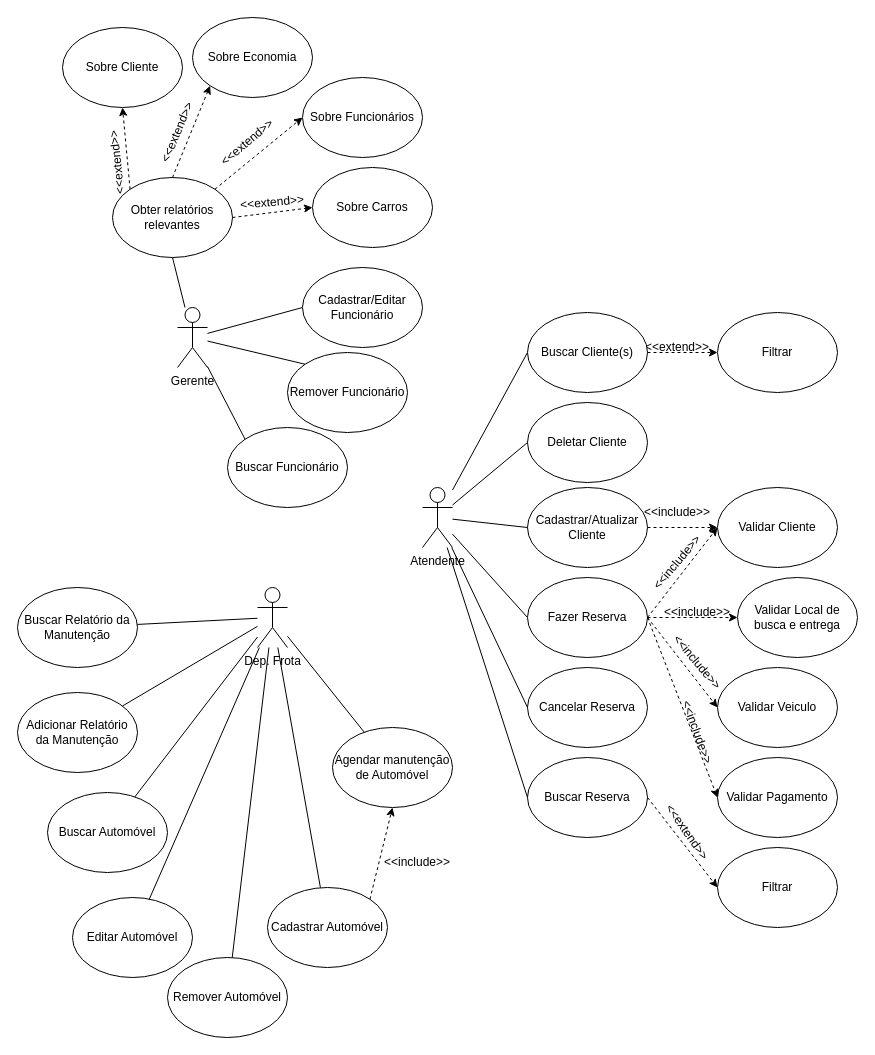
The draw.io diagram page "Caso de Uso" (1 of 5) of Aluguel de carro.drawio in Anebe/AluguelCarro, before the edit. Source tidied: cells renumbered, new cells numbered last; positions are measured from the earlier drawing's top-left corner, leaving out a move shared by most shapes. Both pictures are drawn from the tidied source at 100%, with x=0, y=0 at pixel (17, 17).
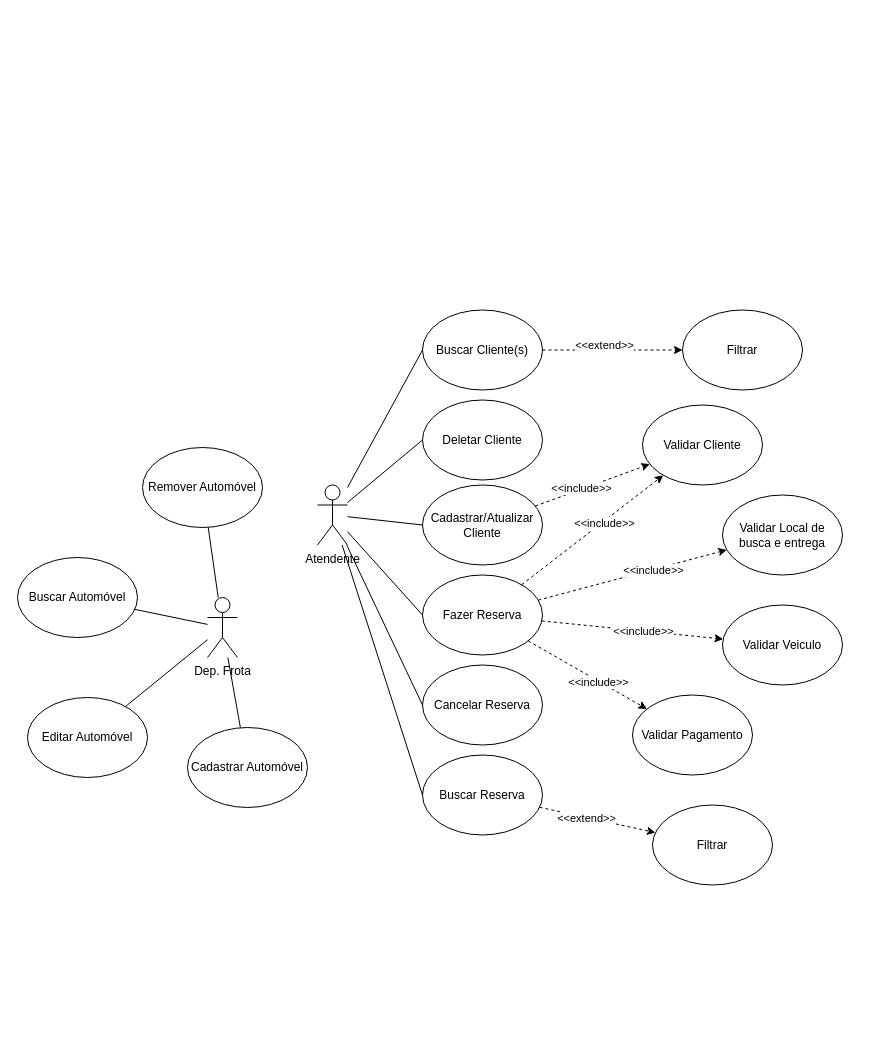
Above is the later version.

What changed in the source:
```diff
@@
     <mxCell id="4" value="Atendente" style="shape=umlActor;verticalLabelPosition=bottom;verticalAlign=top;html=1;outlineConnect=0;" parent="1" vertex="1">
-      <mxGeometry x="405" y="470" width="30" height="60" as="geometry" />
+      <mxGeometry x="300" y="467.5" width="30" height="60" as="geometry" />
     </mxCell>
-    <mxCell id="5" style="rounded=0;jettySize=auto;html=1;entryX=0;entryY=0.5;entryDx=0;entryDy=0;endArrow=none;endFill=0;" parent="1" edge="1" source="6" target="10">
-      <mxGeometry relative="1" as="geometry" />
-    </mxCell>
-    <mxCell id="6" value="Gerente " style="shape=umlActor;verticalLabelPosition=bottom;verticalAlign=top;html=1;outlineConnect=0;" parent="1" vertex="1">
-      <mxGeometry x="160" y="290" width="30" height="60" as="geometry" />
-    </mxCell>
@@
-    <mxCell id="8" style="rounded=0;jettySize=auto;html=1;endArrow=none;endFill=0;" parent="1" edge="1" source="9" target="12">
-      <mxGeometry relative="1" as="geometry" />
-    </mxCell>
     <mxCell id="9" value="Dep. Frota" style="shape=umlActor;verticalLabelPosition=bottom;verticalAlign=top;html=1;outlineConnect=0;" parent="1" vertex="1">
-      <mxGeometry x="240" y="570" width="30" height="60" as="geometry" />
+      <mxGeometry x="190" y="580" width="30" height="60" as="geometry" />
     </mxCell>
-    <mxCell id="10" value="Cadastrar/Editar Funcionário" style="ellipse;whiteSpace=wrap;html=1;" parent="1" vertex="1">
-      <mxGeometry x="285" y="250" width="120" height="80" as="geometry" />
-    </mxCell>
-    <mxCell id="11" value="Adicionar Relatório da Manutenção" style="ellipse;whiteSpace=wrap;html=1;" parent="1" vertex="1">
-      <mxGeometry y="675" width="120" height="80" as="geometry" />
-    </mxCell>
-    <mxCell id="12" value="Agendar manutenção de Automóvel" style="ellipse;whiteSpace=wrap;html=1;" parent="1" vertex="1">
-      <mxGeometry x="315" y="710" width="120" height="80" as="geometry" />
-    </mxCell>
-    <mxCell id="13" value="Obter relatórios relevantes" style="ellipse;whiteSpace=wrap;html=1;" parent="1" vertex="1">
-      <mxGeometry x="95" y="160" width="120" height="80" as="geometry" />
-    </mxCell>
-    <mxCell id="14" style="rounded=0;jettySize=auto;html=1;entryX=0.5;entryY=1;entryDx=0;entryDy=0;endArrow=none;endFill=0;" parent="1" edge="1" source="6" target="13">
-      <mxGeometry relative="1" as="geometry" />
-    </mxCell>
     <mxCell id="15" value="Cadastrar/Atualizar Cliente" style="ellipse;whiteSpace=wrap;html=1;" parent="1" vertex="1">
-      <mxGeometry x="510" y="470" width="120" height="80" as="geometry" />
+      <mxGeometry x="405" y="467.5" width="120" height="80" as="geometry" />
     </mxCell>
-    <mxCell id="16" value="&amp;lt;&amp;lt;extend&amp;gt;&amp;gt;" style="text;strokeColor=none;align=center;fillColor=none;html=1;verticalAlign=middle;whiteSpace=wrap;rounded=0;" parent="1" vertex="1">
-      <mxGeometry x="630" y="315" width="60" height="30" as="geometry" />
-    </mxCell>
-    <mxCell id="17" style="rounded=0;jettySize=auto;html=1;exitX=1;exitY=0.5;exitDx=0;exitDy=0;entryX=0;entryY=0.5;entryDx=0;entryDy=0;dashed=1;" parent="1" edge="1" source="15" target="26">
+    <mxCell id="17" style="rounded=0;jettySize=auto;html=1;dashed=1;" parent="1" edge="1" source="15" target="26">
       <mxGeometry relative="1" as="geometry" />
     </mxCell>
-    <mxCell id="18" value="&amp;lt;&amp;lt;include&amp;gt;&amp;gt;" style="text;strokeColor=none;align=center;fillColor=none;html=1;verticalAlign=middle;whiteSpace=wrap;rounded=0;rotation=0;" parent="1" vertex="1">
-      <mxGeometry x="630" y="480" width="60" height="30" as="geometry" />
-    </mxCell>
+    <mxCell id="73" value="&amp;lt;&amp;lt;include&amp;gt;&amp;gt;" style="edgeLabel;html=1;align=center;verticalAlign=middle;fontSize=11;fontFamily=Helvetica;fontColor=default;" parent="17" vertex="1">
+      <mxGeometry x="-0.19" y="1" relative="1" as="geometry" />
+    </mxCell>
     <mxCell id="19" value="Buscar Cliente(s)" style="ellipse;whiteSpace=wrap;html=1;" parent="1" vertex="1">
-      <mxGeometry x="510" y="295" width="120" height="80" as="geometry" />
+      <mxGeometry x="405" y="292.5" width="120" height="80" as="geometry" />
     </mxCell>
     <mxCell id="20" value="Filtrar" style="ellipse;whiteSpace=wrap;html=1;" parent="1" vertex="1">
-      <mxGeometry x="700" y="295" width="120" height="80" as="geometry" />
+      <mxGeometry x="665" y="292.5" width="120" height="80" as="geometry" />
     </mxCell>
-    <mxCell id="21" style="rounded=0;jettySize=auto;html=1;exitX=1;exitY=0.5;exitDx=0;exitDy=0;entryX=0;entryY=0.5;entryDx=0;entryDy=0;dashed=1;" parent="1" edge="1" source="19" target="20">
+    <mxCell id="21" style="rounded=0;jettySize=auto;html=1;dashed=1;" parent="1" edge="1" source="19" target="20">
       <mxGeometry relative="1" as="geometry" />
     </mxCell>
+    <mxCell id="74" value="&amp;lt;&amp;lt;extend&amp;gt;&amp;gt;" style="edgeLabel;html=1;align=center;verticalAlign=middle;fontSize=11;fontFamily=Helvetica;fontColor=default;" parent="21" vertex="1">
+      <mxGeometry x="0.08" y="1" relative="1" as="geometry">
+        <mxPoint x="-15" y="-4" as="offset" />
+      </mxGeometry>
+    </mxCell>
     <mxCell id="22" value="Deletar Cliente" style="ellipse;whiteSpace=wrap;html=1;" parent="1" vertex="1">
-      <mxGeometry x="510" y="385" width="120" height="80" as="geometry" />
+      <mxGeometry x="405" y="382.5" width="120" height="80" as="geometry" />
     </mxCell>
     <mxCell id="23" value="Fazer Reserva" style="ellipse;whiteSpace=wrap;html=1;" parent="1" vertex="1">
-      <mxGeometry x="510" y="560" width="120" height="80" as="geometry" />
+      <mxGeometry x="405" y="557.5" width="120" height="80" as="geometry" />
     </mxCell>
     <mxCell id="24" value="Cancelar Reserva" style="ellipse;whiteSpace=wrap;html=1;" parent="1" vertex="1">
-      <mxGeometry x="510" y="650" width="120" height="80" as="geometry" />
+      <mxGeometry x="405" y="647.5" width="120" height="80" as="geometry" />
     </mxCell>
     <mxCell id="25" value="Buscar Reserva" style="ellipse;whiteSpace=wrap;html=1;" parent="1" vertex="1">
-      <mxGeometry x="510" y="740" width="120" height="80" as="geometry" />
+      <mxGeometry x="405" y="737.5" width="120" height="80" as="geometry" />
     </mxCell>
     <mxCell id="26" value="Validar Cliente" style="ellipse;whiteSpace=wrap;html=1;" parent="1" vertex="1">
-      <mxGeometry x="700" y="470" width="120" height="80" as="geometry" />
+      <mxGeometry x="625" y="387.5" width="120" height="80" as="geometry" />
     </mxCell>
     <mxCell id="27" value="Validar Local de busca e entrega" style="ellipse;whiteSpace=wrap;html=1;" parent="1" vertex="1">
-      <mxGeometry x="720" y="560" width="120" height="80" as="geometry" />
+      <mxGeometry x="705" y="477.5" width="120" height="80" as="geometry" />
     </mxCell>
     <mxCell id="28" value="Validar Veiculo" style="ellipse;whiteSpace=wrap;html=1;" parent="1" vertex="1">
-      <mxGeometry x="700" y="650" width="120" height="80" as="geometry" />
+      <mxGeometry x="705" y="587.5" width="120" height="80" as="geometry" />
     </mxCell>
     <mxCell id="29" value="Validar Pagamento" style="ellipse;whiteSpace=wrap;html=1;" parent="1" vertex="1">
-      <mxGeometry x="700" y="740" width="120" height="80" as="geometry" />
+      <mxGeometry x="615" y="677.5" width="120" height="80" as="geometry" />
     </mxCell>
-    <mxCell id="30" style="rounded=0;jettySize=auto;html=1;exitX=1;exitY=0.5;exitDx=0;exitDy=0;entryX=0;entryY=0.5;entryDx=0;entryDy=0;dashed=1;" parent="1" edge="1" source="23" target="26">
+    <mxCell id="30" style="rounded=0;jettySize=auto;html=1;dashed=1;" parent="1" edge="1" source="23" target="26">
       <mxGeometry relative="1" as="geometry" />
     </mxCell>
+    <mxCell id="75" value="&amp;lt;&amp;lt;include&amp;gt;&amp;gt;" style="edgeLabel;html=1;align=center;verticalAlign=middle;fontSize=11;fontFamily=Helvetica;fontColor=default;" parent="30" vertex="1">
+      <mxGeometry x="0.15" y="-2" relative="1" as="geometry" />
+    </mxCell>
-    <mxCell id="31" style="rounded=0;jettySize=auto;html=1;exitX=1;exitY=0.5;exitDx=0;exitDy=0;entryX=0;entryY=0.5;entryDx=0;entryDy=0;dashed=1;" parent="1" edge="1" source="23" target="27">
+    <mxCell id="31" style="rounded=0;jettySize=auto;html=1;dashed=1;" parent="1" edge="1" source="23" target="27">
       <mxGeometry relative="1" as="geometry" />
     </mxCell>
+    <mxCell id="76" value="&amp;lt;&amp;lt;include&amp;gt;&amp;gt;" style="edgeLabel;html=1;align=center;verticalAlign=middle;fontSize=11;fontFamily=Helvetica;fontColor=default;" parent="31" vertex="1">
+      <mxGeometry x="0.22" y="-1" relative="1" as="geometry" />
+    </mxCell>
-    <mxCell id="32" style="rounded=0;jettySize=auto;html=1;entryX=0;entryY=0.5;entryDx=0;entryDy=0;dashed=1;exitX=1;exitY=0.5;exitDx=0;exitDy=0;" parent="1" edge="1" source="23" target="28">
+    <mxCell id="32" style="rounded=0;jettySize=auto;html=1;dashed=1;" parent="1" edge="1" source="23" target="28">
       <mxGeometry relative="1" as="geometry" />
     </mxCell>
+    <mxCell id="77" value="&amp;lt;&amp;lt;include&amp;gt;&amp;gt;" style="edgeLabel;html=1;align=center;verticalAlign=middle;fontSize=11;fontFamily=Helvetica;fontColor=default;" parent="32" vertex="1">
+      <mxGeometry x="0.12" relative="1" as="geometry" />
+    </mxCell>
-    <mxCell id="33" style="rounded=0;jettySize=auto;html=1;exitX=1;exitY=0.5;exitDx=0;exitDy=0;entryX=0;entryY=0.5;entryDx=0;entryDy=0;dashed=1;" parent="1" edge="1" source="23" target="29">
+    <mxCell id="33" style="rounded=0;jettySize=auto;html=1;dashed=1;" parent="1" edge="1" source="23" target="29">
       <mxGeometry relative="1" as="geometry" />
     </mxCell>
+    <mxCell id="78" value="&amp;lt;&amp;lt;include&amp;gt;&amp;gt;" style="edgeLabel;html=1;align=center;verticalAlign=middle;fontSize=11;fontFamily=Helvetica;fontColor=default;" parent="33" vertex="1">
+      <mxGeometry x="0.18" y="-1" relative="1" as="geometry" />
+    </mxCell>
     <mxCell id="34" value="Filtrar" style="ellipse;whiteSpace=wrap;html=1;" parent="1" vertex="1">
-      <mxGeometry x="700" y="830" width="120" height="80" as="geometry" />
+      <mxGeometry x="635" y="787.5" width="120" height="80" as="geometry" />
     </mxCell>
-    <mxCell id="35" style="rounded=0;jettySize=auto;html=1;exitX=1;exitY=0.5;exitDx=0;exitDy=0;entryX=0;entryY=0.5;entryDx=0;entryDy=0;dashed=1;" parent="1" edge="1" source="25" target="34">
+    <mxCell id="35" style="rounded=0;jettySize=auto;html=1;dashed=1;" parent="1" edge="1" source="25" target="34">
       <mxGeometry relative="1" as="geometry" />
     </mxCell>
+    <mxCell id="79" value="&amp;lt;&amp;lt;extend&amp;gt;&amp;gt;" style="edgeLabel;html=1;align=center;verticalAlign=middle;fontSize=11;fontFamily=Helvetica;fontColor=default;" parent="35" vertex="1">
+      <mxGeometry x="-0.18" relative="1" as="geometry">
+        <mxPoint x="-1" as="offset" />
+      </mxGeometry>
+    </mxCell>
@@
-    <mxCell id="40" value="Sobre Cliente" style="ellipse;whiteSpace=wrap;html=1;" parent="1" vertex="1">
-      <mxGeometry x="45" y="10" width="120" height="80" as="geometry" />
-    </mxCell>
-    <mxCell id="41" value="Sobre Economia" style="ellipse;whiteSpace=wrap;html=1;" parent="1" vertex="1">
-      <mxGeometry x="175" width="120" height="80" as="geometry" />
-    </mxCell>
-    <mxCell id="42" value="Sobre Funcionários" style="ellipse;whiteSpace=wrap;html=1;" parent="1" vertex="1">
-      <mxGeometry x="285" y="60" width="120" height="80" as="geometry" />
-    </mxCell>
-    <mxCell id="43" value="Sobre Carros" style="ellipse;whiteSpace=wrap;html=1;" parent="1" vertex="1">
-      <mxGeometry x="295" y="150" width="120" height="80" as="geometry" />
-    </mxCell>
-    <mxCell id="44" style="rounded=0;jettySize=auto;html=1;exitX=1;exitY=0;exitDx=0;exitDy=0;entryX=0;entryY=0.5;entryDx=0;entryDy=0;dashed=1;" parent="1" edge="1" source="13" target="42">
-      <mxGeometry relative="1" as="geometry" />
-    </mxCell>
-    <mxCell id="45" style="rounded=0;jettySize=auto;html=1;exitX=1;exitY=0.5;exitDx=0;exitDy=0;entryX=0;entryY=0.5;entryDx=0;entryDy=0;dashed=1;" parent="1" edge="1" source="13" target="43">
-      <mxGeometry relative="1" as="geometry" />
-    </mxCell>
-    <mxCell id="46" style="rounded=0;jettySize=auto;html=1;exitX=0;exitY=0;exitDx=0;exitDy=0;entryX=0.5;entryY=1;entryDx=0;entryDy=0;dashed=1;" parent="1" edge="1" source="13" target="40">
-      <mxGeometry relative="1" as="geometry" />
-    </mxCell>
-    <mxCell id="47" style="rounded=0;jettySize=auto;html=1;exitX=0.5;exitY=0;exitDx=0;exitDy=0;entryX=0;entryY=1;entryDx=0;entryDy=0;dashed=1;" parent="1" edge="1" source="13" target="41">
-      <mxGeometry relative="1" as="geometry" />
-    </mxCell>
     <mxCell id="48" value="Cadastrar Automóvel" style="ellipse;whiteSpace=wrap;html=1;" parent="1" vertex="1">
-      <mxGeometry x="250" y="870" width="120" height="80" as="geometry" />
+      <mxGeometry x="170" y="710" width="120" height="80" as="geometry" />
     </mxCell>
-    <mxCell id="49" style="rounded=0;jettySize=auto;html=1;exitX=1;exitY=0;exitDx=0;exitDy=0;entryX=0.5;entryY=1;entryDx=0;entryDy=0;dashed=1;" parent="1" edge="1" source="48" target="12">
-      <mxGeometry relative="1" as="geometry" />
-    </mxCell>
     <mxCell id="50" value="Remover Automóvel" style="ellipse;whiteSpace=wrap;html=1;" parent="1" vertex="1">
-      <mxGeometry x="150" y="940" width="120" height="80" as="geometry" />
+      <mxGeometry x="125" y="430" width="120" height="80" as="geometry" />
     </mxCell>
     <mxCell id="51" value="Editar Automóvel" style="ellipse;whiteSpace=wrap;html=1;" parent="1" vertex="1">
-      <mxGeometry x="55" y="880" width="120" height="80" as="geometry" />
+      <mxGeometry x="10" y="680" width="120" height="80" as="geometry" />
     </mxCell>
     <mxCell id="52" value="Buscar Automóvel" style="ellipse;whiteSpace=wrap;html=1;" parent="1" vertex="1">
-      <mxGeometry x="30" y="775" width="120" height="80" as="geometry" />
+      <mxGeometry y="540" width="120" height="80" as="geometry" />
     </mxCell>
@@
-    <mxCell id="56" value="Buscar Relatório da Manutenção" style="ellipse;whiteSpace=wrap;html=1;" parent="1" vertex="1">
-      <mxGeometry y="570" width="120" height="80" as="geometry" />
-    </mxCell>
-    <mxCell id="57" style="rounded=0;jettySize=auto;html=1;endArrow=none;endFill=0;" parent="1" edge="1" source="9" target="11">
-      <mxGeometry relative="1" as="geometry" />
-    </mxCell>
-    <mxCell id="58" style="rounded=0;jettySize=auto;html=1;endArrow=none;endFill=0;" parent="1" edge="1" source="9" target="56">
-      <mxGeometry relative="1" as="geometry" />
-    </mxCell>
-    <mxCell id="59" value="Remover Funcionário" style="ellipse;whiteSpace=wrap;html=1;" parent="1" vertex="1">
-      <mxGeometry x="270" y="335" width="120" height="80" as="geometry" />
-    </mxCell>
-    <mxCell id="60" value="Buscar Funcionário" style="ellipse;whiteSpace=wrap;html=1;" parent="1" vertex="1">
-      <mxGeometry x="210" y="410" width="120" height="80" as="geometry" />
-    </mxCell>
-    <mxCell id="61" style="rounded=0;jettySize=auto;html=1;entryX=0;entryY=0;entryDx=0;entryDy=0;endArrow=none;endFill=0;" parent="1" edge="1" source="6" target="59">
-      <mxGeometry relative="1" as="geometry" />
-    </mxCell>
-    <mxCell id="62" style="rounded=0;jettySize=auto;html=1;entryX=0;entryY=0;entryDx=0;entryDy=0;endArrow=none;endFill=0;" parent="1" edge="1" source="6" target="60">
-      <mxGeometry relative="1" as="geometry" />
-    </mxCell>
-    <mxCell id="63" value="&amp;lt;&amp;lt;include&amp;gt;&amp;gt;" style="text;strokeColor=none;align=center;fillColor=none;html=1;verticalAlign=middle;whiteSpace=wrap;rounded=0;rotation=-50;" parent="1" vertex="1">
-      <mxGeometry x="630" y="530" width="60" height="30" as="geometry" />
-    </mxCell>
-    <mxCell id="64" value="&amp;lt;&amp;lt;include&amp;gt;&amp;gt;" style="text;strokeColor=none;align=center;fillColor=none;html=1;verticalAlign=middle;whiteSpace=wrap;rounded=0;rotation=0;" parent="1" vertex="1">
-      <mxGeometry x="650" y="580" width="60" height="30" as="geometry" />
-    </mxCell>
-    <mxCell id="65" value="&amp;lt;&amp;lt;include&amp;gt;&amp;gt;" style="text;strokeColor=none;align=center;fillColor=none;html=1;verticalAlign=middle;whiteSpace=wrap;rounded=0;rotation=50;" parent="1" vertex="1">
-      <mxGeometry x="650" y="630" width="60" height="30" as="geometry" />
-    </mxCell>
-    <mxCell id="66" value="&amp;lt;&amp;lt;include&amp;gt;&amp;gt;" style="text;strokeColor=none;align=center;fillColor=none;html=1;verticalAlign=middle;whiteSpace=wrap;rounded=0;rotation=70;" parent="1" vertex="1">
-      <mxGeometry x="650" y="700" width="60" height="30" as="geometry" />
-    </mxCell>
-    <mxCell id="67" value="&amp;lt;&amp;lt;extend&amp;gt;&amp;gt;" style="text;strokeColor=none;align=center;fillColor=none;html=1;verticalAlign=middle;whiteSpace=wrap;rounded=0;rotation=55;" parent="1" vertex="1">
-      <mxGeometry x="640" y="800" width="60" height="30" as="geometry" />
-    </mxCell>
-    <mxCell id="68" value="&amp;lt;&amp;lt;include&amp;gt;&amp;gt;" style="text;strokeColor=none;align=center;fillColor=none;html=1;verticalAlign=middle;whiteSpace=wrap;rounded=0;rotation=0;" parent="1" vertex="1">
-      <mxGeometry x="370" y="830" width="60" height="30" as="geometry" />
-    </mxCell>
-    <mxCell id="69" value="&amp;lt;&amp;lt;extend&amp;gt;&amp;gt;" style="text;strokeColor=none;align=center;fillColor=none;html=1;verticalAlign=middle;whiteSpace=wrap;rounded=0;rotation=-5;" parent="1" vertex="1">
-      <mxGeometry x="225" y="170" width="60" height="30" as="geometry" />
-    </mxCell>
-    <mxCell id="70" value="&amp;lt;&amp;lt;extend&amp;gt;&amp;gt;" style="text;strokeColor=none;align=center;fillColor=none;html=1;verticalAlign=middle;whiteSpace=wrap;rounded=0;rotation=-96;" parent="1" vertex="1">
-      <mxGeometry x="70" y="130" width="60" height="30" as="geometry" />
-    </mxCell>
-    <mxCell id="71" value="&amp;lt;&amp;lt;extend&amp;gt;&amp;gt;" style="text;strokeColor=none;align=center;fillColor=none;html=1;verticalAlign=middle;whiteSpace=wrap;rounded=0;rotation=-67;" parent="1" vertex="1">
-      <mxGeometry x="130" y="100" width="60" height="30" as="geometry" />
-    </mxCell>
-    <mxCell id="72" value="&amp;lt;&amp;lt;extend&amp;gt;&amp;gt;" style="text;strokeColor=none;align=center;fillColor=none;html=1;verticalAlign=middle;whiteSpace=wrap;rounded=0;rotation=-40;" parent="1" vertex="1">
-      <mxGeometry x="200" y="110" width="60" height="30" as="geometry" />
-    </mxCell>
```
